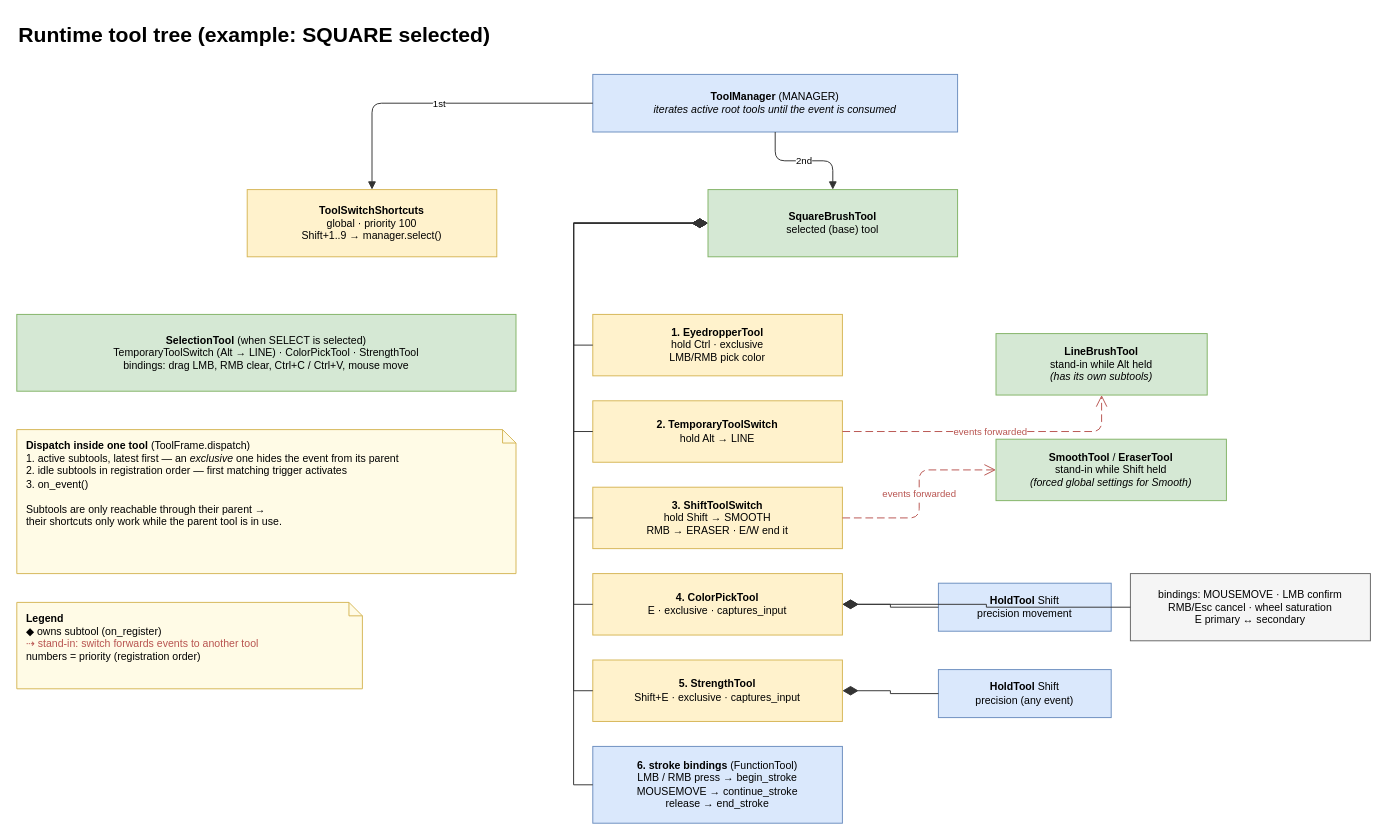
This is page "Subtool Tree" (3 of 4) of Architecture.drawio from AnimefanPostUP/APU_PixelPainter, a draw.io file, before an edit. Source tidied: cells renumbered, new cells numbered last; positions are measured from the earlier drawing's top-left corner, leaving out a move shared by most shapes. Both pictures are drawn from the tidied source at 96%, with x=0, y=0 at pixel (16, 16).
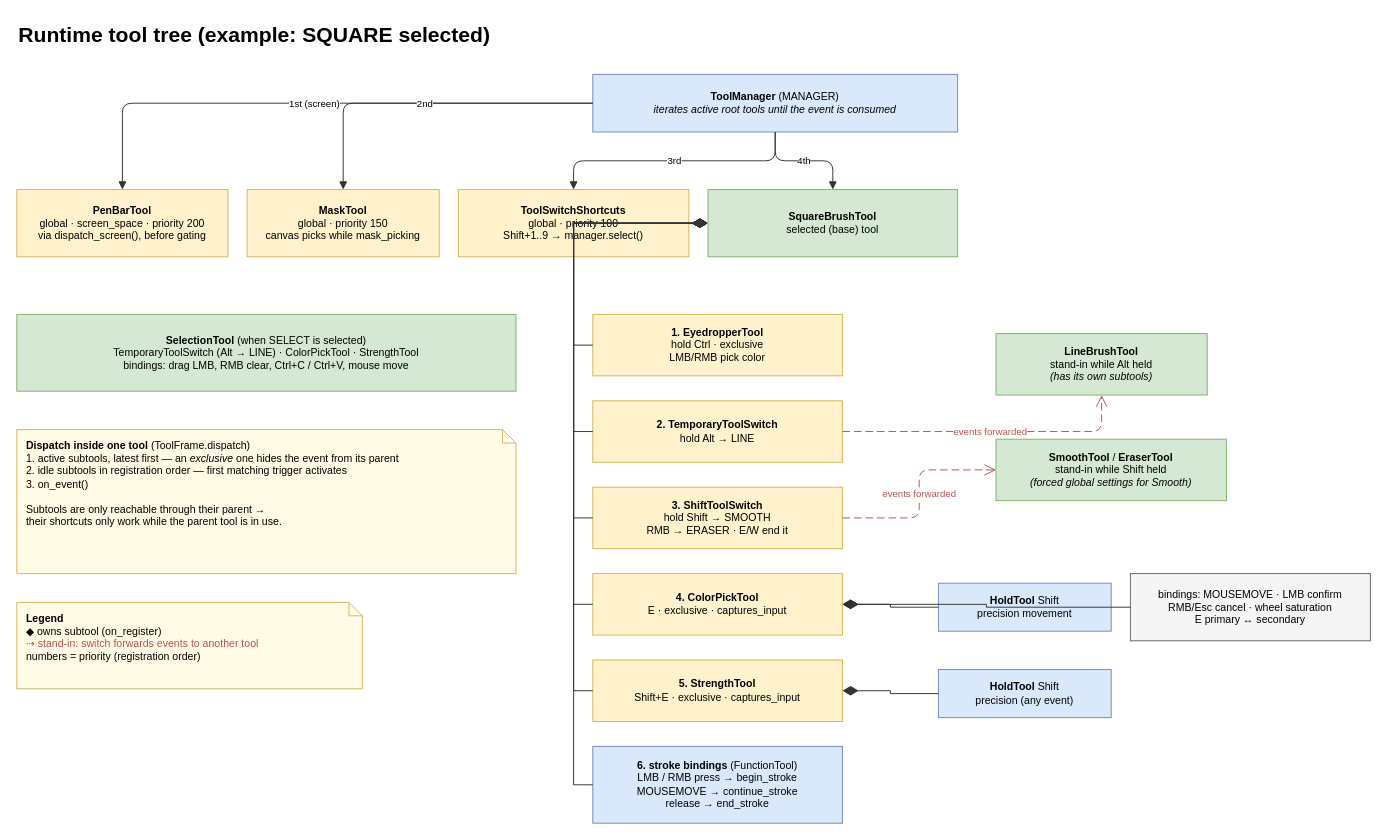
The same diagram, later.

The change refers to these unchanged cells:
```xml
<mxCell id="3" value="&lt;b&gt;ToolManager&lt;/b&gt; (MANAGER)&lt;br&gt;&lt;i&gt;iterates active root tools until the event is consumed&lt;/i&gt;" style="rounded=0;whiteSpace=wrap;html=1;fillColor=#dae8fc;strokeColor=#6c8ebf;align=center;verticalAlign=middle;fontSize=11;" parent="1" vertex="1">
  <mxGeometry x="600" y="60" width="380" height="60" as="geometry" />
</mxCell>
<mxCell id="5" value="&lt;b&gt;SquareBrushTool&lt;/b&gt;&lt;br&gt;selected (base) tool" style="rounded=0;whiteSpace=wrap;html=1;fillColor=#d5e8d4;strokeColor=#82b366;align=center;verticalAlign=middle;fontSize=11;" parent="1" vertex="1">
  <mxGeometry x="720" y="180" width="260" height="70" as="geometry" />
</mxCell>
```

Change to the diagram source:
```diff
@@
     <mxCell id="4" value="&lt;b&gt;ToolSwitchShortcuts&lt;/b&gt;&lt;br&gt;global · priority 100&lt;br&gt;Shift+1..9 → manager.select()" style="rounded=0;whiteSpace=wrap;html=1;fillColor=#fff2cc;strokeColor=#d6b656;align=center;verticalAlign=middle;fontSize=11;" parent="1" vertex="1">
-      <mxGeometry x="240" y="180" width="260" height="70" as="geometry" />
+      <mxGeometry x="460" y="180" width="240" height="70" as="geometry" />
     </mxCell>
@@
-    <mxCell id="6" value="1st" style="endArrow=block;endFill=1;html=1;edgeStyle=orthogonalEdgeStyle;rounded=1;strokeColor=#333333;fontSize=10;" parent="1" edge="1" source="3" target="4">
+    <mxCell id="6" value="3rd" style="endArrow=block;endFill=1;html=1;edgeStyle=orthogonalEdgeStyle;rounded=1;strokeColor=#333333;fontSize=10;" parent="1" edge="1" source="3" target="4">
       <mxGeometry relative="1" as="geometry" />
     </mxCell>
-    <mxCell id="7" value="2nd" style="endArrow=block;endFill=1;html=1;edgeStyle=orthogonalEdgeStyle;rounded=1;strokeColor=#333333;fontSize=10;" parent="1" edge="1" source="3" target="5">
+    <mxCell id="7" value="4th" style="endArrow=block;endFill=1;html=1;edgeStyle=orthogonalEdgeStyle;rounded=1;strokeColor=#333333;fontSize=10;" parent="1" edge="1" source="3" target="5">
       <mxGeometry relative="1" as="geometry" />
     </mxCell>
@@
+    <mxCell id="33" value="&lt;b&gt;PenBarTool&lt;/b&gt;&lt;br&gt;global · screen_space · priority 200&lt;br&gt;via dispatch_screen(), before gating" style="rounded=0;whiteSpace=wrap;html=1;fillColor=#fff2cc;strokeColor=#d6b656;align=center;verticalAlign=middle;fontSize=11;" parent="1" vertex="1">
+      <mxGeometry y="180" width="220" height="70" as="geometry" />
+    </mxCell>
+    <mxCell id="34" value="&lt;b&gt;MaskTool&lt;/b&gt;&lt;br&gt;global · priority 150&lt;br&gt;canvas picks while mask_picking" style="rounded=0;whiteSpace=wrap;html=1;fillColor=#fff2cc;strokeColor=#d6b656;align=center;verticalAlign=middle;fontSize=11;" parent="1" vertex="1">
+      <mxGeometry x="240" y="180" width="200" height="70" as="geometry" />
+    </mxCell>
+    <mxCell id="35" value="1st (screen)" style="endArrow=block;endFill=1;html=1;edgeStyle=orthogonalEdgeStyle;rounded=1;strokeColor=#333333;fontSize=10;" parent="1" edge="1" source="3" target="33">
+      <mxGeometry relative="1" as="geometry" />
+    </mxCell>
+    <mxCell id="36" value="2nd" style="endArrow=block;endFill=1;html=1;edgeStyle=orthogonalEdgeStyle;rounded=1;strokeColor=#333333;fontSize=10;" parent="1" edge="1" source="3" target="34">
+      <mxGeometry relative="1" as="geometry" />
+    </mxCell>
```
